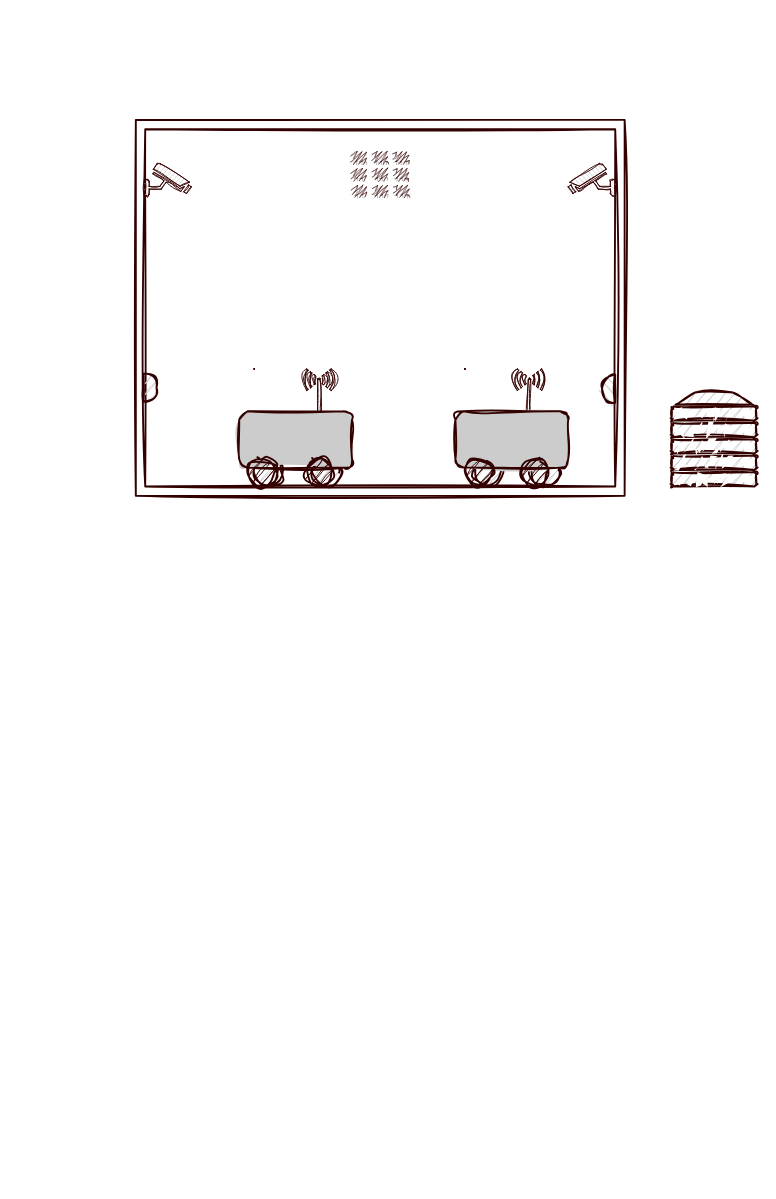
This is Unbenanntes Diagramm.drawio from dfkirauber/dfkirauber, a draw.io file, before an edit. Source tidied: cells renumbered, new cells numbered last; positions are measured from the earlier drawing's top-left corner, leaving out a move shared by most shapes. Both pictures are drawn from the tidied source at 94%, with x=0, y=0 at pixel (135, 119).
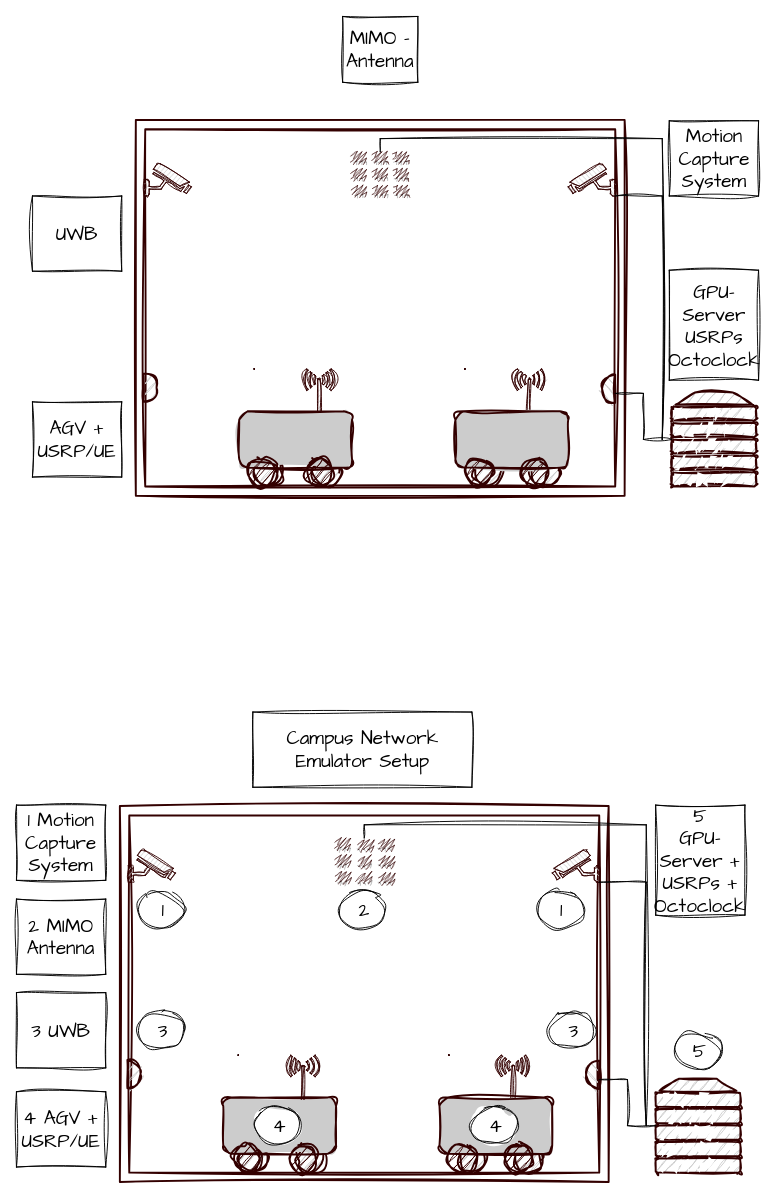
The same diagram, later.

Unchanged cells that the change refers to:
```xml
<mxCell id="15" style="fontColor=#0066CC;verticalAlign=top;verticalLabelPosition=bottom;labelPosition=center;align=center;html=1;outlineConnect=0;fillColor=#CCCCCC;strokeColor=#330000;gradientColor=none;gradientDirection=north;strokeWidth=2;shape=mxgraph.networks.security_camera;flipV=0;flipH=1;sketch=1;curveFitting=1;jiggle=2;perimeterSpacing=0;" parent="1" vertex="1">
  <mxGeometry x="460" y="46" width="50" height="35" as="geometry" />
</mxCell>
<mxCell id="19" style="fontColor=#0066CC;verticalAlign=top;verticalLabelPosition=bottom;labelPosition=center;align=center;html=1;outlineConnect=0;fillColor=#CCCCCC;strokeColor=#330000;gradientColor=none;gradientDirection=north;strokeWidth=2;shape=mxgraph.networks.server;sketch=1;curveFitting=1;jiggle=2;perimeterSpacing=0;" parent="1" vertex="1">
  <mxGeometry x="570" y="290" width="90" height="100" as="geometry" />
</mxCell>
<mxCell id="20" style="outlineConnect=0;dashed=0;verticalLabelPosition=bottom;verticalAlign=top;align=center;html=1;shape=mxgraph.aws3.instances_2;fillColor=#330000;gradientColor=none;sketch=1;curveFitting=1;jiggle=2;strokeWidth=1;fillStyle=zigzag;" parent="1" vertex="1">
  <mxGeometry x="230" y="34" width="60" height="47" as="geometry" />
</mxCell>
```

Diff of the diagram source:
```diff
@@
+    <mxCell id="21" value="MIMO - Antenna" style="text;html=1;strokeColor=default;fillColor=none;align=center;verticalAlign=middle;whiteSpace=wrap;rounded=0;fontSize=20;fontFamily=Architects Daughter;sketch=1;curveFitting=1;jiggle=2;" parent="1" vertex="1">
+      <mxGeometry x="220" y="-110" width="80" height="70" as="geometry" />
+    </mxCell>
+    <mxCell id="22" value="Motion Capture System" style="text;html=1;strokeColor=default;fillColor=none;align=center;verticalAlign=middle;whiteSpace=wrap;rounded=0;fontSize=20;fontFamily=Architects Daughter;sketch=1;curveFitting=1;jiggle=2;" parent="1" vertex="1">
+      <mxGeometry x="567.5" y="1" width="95" height="80" as="geometry" />
+    </mxCell>
+    <mxCell id="23" value="&lt;div&gt;GPU-Server&lt;/div&gt;&lt;div&gt;USRPs&lt;/div&gt;&lt;div&gt;Octoclock&lt;br&gt;&lt;/div&gt;" style="text;html=1;strokeColor=default;fillColor=none;align=center;verticalAlign=middle;whiteSpace=wrap;rounded=0;fontSize=20;fontFamily=Architects Daughter;sketch=1;curveFitting=1;jiggle=2;" parent="1" vertex="1">
+      <mxGeometry x="567.5" y="160" width="95" height="117" as="geometry" />
+    </mxCell>
+    <mxCell id="24" value="UWB" style="text;html=1;strokeColor=default;fillColor=none;align=center;verticalAlign=middle;whiteSpace=wrap;rounded=0;fontSize=20;fontFamily=Architects Daughter;sketch=1;curveFitting=1;jiggle=2;" parent="1" vertex="1">
+      <mxGeometry x="-110" y="81" width="95" height="80" as="geometry" />
+    </mxCell>
+    <mxCell id="25" value="AGV + USRP/UE" style="text;html=1;strokeColor=default;fillColor=none;align=center;verticalAlign=middle;whiteSpace=wrap;rounded=0;fontSize=20;fontFamily=Architects Daughter;sketch=1;curveFitting=1;jiggle=2;" parent="1" vertex="1">
+      <mxGeometry x="-110" y="300" width="95" height="80" as="geometry" />
+    </mxCell>
+    <mxCell id="26" style="endArrow=none;html=1;rounded=0;sketch=1;hachureGap=4;jiggle=2;curveFitting=1;fontFamily=Architects Daughter;fontSize=16;entryX=0;entryY=1;entryDx=0;entryDy=0;entryPerimeter=0;" parent="1" edge="1" target="15">
+      <mxGeometry relative="1" as="geometry">
+        <mxPoint x="560" y="340" as="sourcePoint" />
+        <Array as="points">
+          <mxPoint x="560" y="81" />
+        </Array>
+      </mxGeometry>
+    </mxCell>
+    <mxCell id="27" style="endArrow=none;html=1;rounded=0;sketch=1;hachureGap=4;jiggle=2;curveFitting=1;fontFamily=Architects Daughter;fontSize=16;entryX=0;entryY=1;entryDx=0;entryDy=0;entryPerimeter=0;exitX=0;exitY=0.5;exitDx=0;exitDy=0;exitPerimeter=0;" parent="1" edge="1" source="19">
+      <mxGeometry relative="1" as="geometry">
+        <mxPoint x="510" y="291" as="targetPoint" />
+        <Array as="points">
+          <mxPoint x="540" y="340" />
+          <mxPoint x="540" y="291" />
+        </Array>
+      </mxGeometry>
+    </mxCell>
+    <mxCell id="28" style="endArrow=none;html=1;hachureGap=4;fontFamily=Architects Daughter;fontSize=16;exitX=0.5;exitY=0;exitDx=0;exitDy=0;exitPerimeter=0;sketch=1;curveFitting=1;jiggle=2;strokeWidth=1;rounded=0;" parent="1" edge="1" source="20">
+      <mxGeometry relative="1" as="geometry">
+        <mxPoint x="560" y="20" as="targetPoint" />
+        <Array as="points">
+          <mxPoint x="260" y="20" />
+        </Array>
+      </mxGeometry>
+    </mxCell>
+    <mxCell id="29" style="endArrow=none;html=1;rounded=0;sketch=1;hachureGap=4;jiggle=2;curveFitting=1;fontFamily=Architects Daughter;fontSize=16;" parent="1" edge="1">
+      <mxGeometry relative="1" as="geometry">
+        <mxPoint x="560" y="340" as="sourcePoint" />
+        <mxPoint x="560" y="20" as="targetPoint" />
+      </mxGeometry>
+    </mxCell>
+    <mxCell id="30" style="verticalLabelPosition=bottom;verticalAlign=top;html=1;shape=mxgraph.basic.frame;dx=10;whiteSpace=wrap;strokeColor=#330000;fillColor=#FFFFFF;sketch=1;curveFitting=1;jiggle=2;perimeterSpacing=0;strokeWidth=2;" parent="1" vertex="1">
+      <mxGeometry x="-17" y="730" width="520" height="400" as="geometry" />
+    </mxCell>
+    <mxCell id="31" style="ellipse;whiteSpace=wrap;html=1;strokeColor=#330000;fillColor=#CCCCCC;sketch=1;curveFitting=1;jiggle=2;perimeterSpacing=0;strokeWidth=2;" parent="1" vertex="1">
+      <mxGeometry x="403" y="1090" width="30" height="30" as="geometry" />
+    </mxCell>
+    <mxCell id="32" style="ellipse;whiteSpace=wrap;html=1;strokeColor=#330000;fillColor=#CCCCCC;sketch=1;curveFitting=1;jiggle=2;perimeterSpacing=0;strokeWidth=2;" parent="1" vertex="1">
+      <mxGeometry x="343" y="1090" width="30" height="30" as="geometry" />
+    </mxCell>
+    <mxCell id="33" style="fontColor=#0066CC;verticalAlign=top;verticalLabelPosition=bottom;labelPosition=center;align=center;html=1;fillColor=#CCCCCC;strokeColor=#330000;gradientColor=none;gradientDirection=north;strokeWidth=1;shape=mxgraph.networks.wireless_modem;sketch=1;curveFitting=1;jiggle=2;perimeterSpacing=0;" parent="1" vertex="1">
+      <mxGeometry x="333" y="995" width="100" height="85" as="geometry" />
+    </mxCell>
+    <mxCell id="34" style="rounded=1;whiteSpace=wrap;html=1;gradientColor=none;fillColor=#CCCCCC;shadow=0;glass=0;fillStyle=solid;strokeColor=#330000;sketch=1;curveFitting=1;jiggle=2;perimeterSpacing=0;strokeWidth=2;" parent="1" vertex="1">
+      <mxGeometry x="323" y="1040" width="120" height="60" as="geometry" />
+    </mxCell>
+    <mxCell id="35" style="ellipse;whiteSpace=wrap;html=1;strokeColor=#330000;fillColor=#330000;sketch=1;curveFitting=1;jiggle=2;perimeterSpacing=0;strokeWidth=2;" parent="1" vertex="1">
+      <mxGeometry x="333" y="1090" width="30" height="30" as="geometry" />
+    </mxCell>
+    <mxCell id="36" style="ellipse;whiteSpace=wrap;html=1;strokeColor=#330000;fillColor=#330000;sketch=1;curveFitting=1;jiggle=2;perimeterSpacing=0;strokeWidth=2;" parent="1" vertex="1">
+      <mxGeometry x="393" y="1090" width="30" height="30" as="geometry" />
+    </mxCell>
+    <mxCell id="37" style="ellipse;whiteSpace=wrap;html=1;strokeColor=#330000;fillColor=#CCCCCC;sketch=1;curveFitting=1;jiggle=2;perimeterSpacing=0;strokeWidth=2;" parent="1" vertex="1">
+      <mxGeometry x="171" y="1090" width="30" height="30" as="geometry" />
+    </mxCell>
+    <mxCell id="38" style="ellipse;whiteSpace=wrap;html=1;strokeColor=#330000;fillColor=#CCCCCC;sketch=1;curveFitting=1;jiggle=2;perimeterSpacing=0;strokeWidth=2;" parent="1" vertex="1">
+      <mxGeometry x="109" y="1090" width="30" height="30" as="geometry" />
+    </mxCell>
+    <mxCell id="39" style="fontColor=#0066CC;verticalAlign=top;verticalLabelPosition=bottom;labelPosition=center;align=center;html=1;fillColor=#CCCCCC;strokeColor=#330000;gradientColor=none;gradientDirection=north;strokeWidth=1;shape=mxgraph.networks.wireless_modem;sketch=1;curveFitting=1;jiggle=2;perimeterSpacing=0;" parent="1" vertex="1">
+      <mxGeometry x="109" y="995" width="100" height="85" as="geometry" />
+    </mxCell>
+    <mxCell id="40" style="rounded=1;whiteSpace=wrap;html=1;gradientColor=none;fillColor=#CCCCCC;shadow=0;glass=0;fillStyle=solid;strokeColor=#330000;sketch=1;curveFitting=1;jiggle=2;perimeterSpacing=0;strokeWidth=2;" parent="1" vertex="1">
+      <mxGeometry x="93" y="1040" width="120" height="60" as="geometry" />
+    </mxCell>
+    <mxCell id="41" style="ellipse;whiteSpace=wrap;html=1;strokeColor=#330000;fillColor=#330000;sketch=1;curveFitting=1;jiggle=2;perimeterSpacing=0;strokeWidth=2;" parent="1" vertex="1">
+      <mxGeometry x="103" y="1090" width="30" height="30" as="geometry" />
+    </mxCell>
+    <mxCell id="42" style="ellipse;whiteSpace=wrap;html=1;strokeColor=#330000;fillColor=#330000;sketch=1;curveFitting=1;jiggle=2;perimeterSpacing=0;strokeWidth=2;" parent="1" vertex="1">
+      <mxGeometry x="163" y="1090" width="30" height="30" as="geometry" />
+    </mxCell>
+    <mxCell id="43" style="fontColor=#0066CC;verticalAlign=top;verticalLabelPosition=bottom;labelPosition=center;align=center;html=1;outlineConnect=0;fillColor=#CCCCCC;strokeColor=#330000;gradientColor=none;gradientDirection=north;strokeWidth=2;shape=mxgraph.networks.security_camera;flipV=0;flipH=1;sketch=1;curveFitting=1;jiggle=2;perimeterSpacing=0;" parent="1" vertex="1">
+      <mxGeometry x="443" y="776" width="50" height="35" as="geometry" />
+    </mxCell>
+    <mxCell id="44" style="shape=or;whiteSpace=wrap;html=1;strokeColor=#330000;fillColor=#CCCCCC;sketch=1;curveFitting=1;jiggle=2;perimeterSpacing=0;strokeWidth=2;" parent="1" vertex="1">
+      <mxGeometry x="-9" y="1000" width="14" height="30" as="geometry" />
+    </mxCell>
+    <mxCell id="45" style="fontColor=#0066CC;verticalAlign=top;verticalLabelPosition=bottom;labelPosition=center;align=center;html=1;fillColor=#CCCCCC;strokeColor=#330000;gradientColor=none;gradientDirection=north;strokeWidth=2;shape=mxgraph.networks.security_camera;sketch=1;curveFitting=1;jiggle=2;perimeterSpacing=0;" parent="1" vertex="1">
+      <mxGeometry x="-8" y="776" width="50" height="35" as="geometry" />
+    </mxCell>
+    <mxCell id="46" style="shape=or;whiteSpace=wrap;html=1;flipH=1;strokeColor=#330000;fillColor=#CCCCCC;sketch=1;curveFitting=1;jiggle=2;perimeterSpacing=0;strokeWidth=2;" parent="1" vertex="1">
+      <mxGeometry x="479" y="1001" width="14" height="30" as="geometry" />
+    </mxCell>
+    <mxCell id="47" style="fontColor=#0066CC;verticalAlign=top;verticalLabelPosition=bottom;labelPosition=center;align=center;html=1;outlineConnect=0;fillColor=#CCCCCC;strokeColor=#330000;gradientColor=none;gradientDirection=north;strokeWidth=2;shape=mxgraph.networks.server;sketch=1;curveFitting=1;jiggle=2;perimeterSpacing=0;" parent="1" vertex="1">
+      <mxGeometry x="553" y="1020" width="90" height="100" as="geometry" />
+    </mxCell>
+    <mxCell id="48" style="outlineConnect=0;dashed=0;verticalLabelPosition=bottom;verticalAlign=top;align=center;html=1;shape=mxgraph.aws3.instances_2;fillColor=#330000;gradientColor=none;sketch=1;curveFitting=1;jiggle=2;strokeWidth=1;fillStyle=zigzag;" parent="1" vertex="1">
+      <mxGeometry x="213" y="764" width="60" height="47" as="geometry" />
+    </mxCell>
+    <mxCell id="49" value="5 &lt;br&gt;&lt;div&gt;GPU-Server +&lt;br&gt;&lt;/div&gt;&lt;div&gt;USRPs +&lt;br&gt;&lt;/div&gt;&lt;div&gt;Octoclock&lt;br&gt;&lt;/div&gt;" style="text;html=1;strokeColor=default;fillColor=none;align=center;verticalAlign=middle;whiteSpace=wrap;rounded=0;fontSize=20;fontFamily=Architects Daughter;sketch=1;curveFitting=1;jiggle=2;" parent="1" vertex="1">
+      <mxGeometry x="553" y="729" width="95" height="117" as="geometry" />
+    </mxCell>
+    <mxCell id="50" value="4 AGV + USRP/UE" style="text;html=1;strokeColor=default;fillColor=none;align=center;verticalAlign=middle;whiteSpace=wrap;rounded=0;fontSize=20;fontFamily=Architects Daughter;sketch=1;curveFitting=1;jiggle=2;" parent="1" vertex="1">
+      <mxGeometry x="-127" y="1034" width="95" height="80" as="geometry" />
+    </mxCell>
+    <mxCell id="51" style="endArrow=none;html=1;rounded=0;sketch=1;hachureGap=4;jiggle=2;curveFitting=1;fontFamily=Architects Daughter;fontSize=16;entryX=0;entryY=1;entryDx=0;entryDy=0;entryPerimeter=0;" parent="1" edge="1" target="43">
+      <mxGeometry relative="1" as="geometry">
+        <mxPoint x="543" y="1070" as="sourcePoint" />
+        <Array as="points">
+          <mxPoint x="543" y="811" />
+        </Array>
+      </mxGeometry>
+    </mxCell>
+    <mxCell id="52" style="endArrow=none;html=1;rounded=0;sketch=1;hachureGap=4;jiggle=2;curveFitting=1;fontFamily=Architects Daughter;fontSize=16;entryX=0;entryY=1;entryDx=0;entryDy=0;entryPerimeter=0;exitX=0;exitY=0.5;exitDx=0;exitDy=0;exitPerimeter=0;" parent="1" edge="1" source="47">
+      <mxGeometry relative="1" as="geometry">
+        <mxPoint x="493" y="1021" as="targetPoint" />
+        <Array as="points">
+          <mxPoint x="523" y="1070" />
+          <mxPoint x="523" y="1021" />
+        </Array>
+      </mxGeometry>
+    </mxCell>
+    <mxCell id="53" style="endArrow=none;html=1;hachureGap=4;fontFamily=Architects Daughter;fontSize=16;exitX=0.5;exitY=0;exitDx=0;exitDy=0;exitPerimeter=0;sketch=1;curveFitting=1;jiggle=2;strokeWidth=1;rounded=0;" parent="1" edge="1" source="48">
+      <mxGeometry relative="1" as="geometry">
+        <mxPoint x="543" y="750" as="targetPoint" />
+        <Array as="points">
+          <mxPoint x="243" y="750" />
+        </Array>
+      </mxGeometry>
+    </mxCell>
+    <mxCell id="54" style="endArrow=none;html=1;rounded=0;sketch=1;hachureGap=4;jiggle=2;curveFitting=1;fontFamily=Architects Daughter;fontSize=16;" parent="1" edge="1">
+      <mxGeometry relative="1" as="geometry">
+        <mxPoint x="543" y="1070" as="sourcePoint" />
+        <mxPoint x="543" y="750" as="targetPoint" />
+      </mxGeometry>
+    </mxCell>
+    <mxCell id="55" style="ellipse;whiteSpace=wrap;html=1;sketch=1;hachureGap=4;jiggle=2;curveFitting=1;fontFamily=Architects Daughter;fontSize=20;" parent="1" vertex="1">
+      <mxGeometry x="2" y="820" width="50" height="40" as="geometry" />
+    </mxCell>
+    <mxCell id="56" value="1" style="text;html=1;strokeColor=none;fillColor=none;align=center;verticalAlign=middle;whiteSpace=wrap;rounded=0;fontSize=20;fontFamily=Architects Daughter;" parent="1" vertex="1">
+      <mxGeometry x="-1" y="825" width="60" height="30" as="geometry" />
+    </mxCell>
+    <mxCell id="57" style="ellipse;whiteSpace=wrap;html=1;sketch=1;hachureGap=4;jiggle=2;curveFitting=1;fontFamily=Architects Daughter;fontSize=20;" parent="1" vertex="1">
+      <mxGeometry x="216" y="820" width="50" height="40" as="geometry" />
+    </mxCell>
+    <mxCell id="58" value="2" style="text;html=1;strokeColor=none;fillColor=none;align=center;verticalAlign=middle;whiteSpace=wrap;rounded=0;fontSize=20;fontFamily=Architects Daughter;" parent="1" vertex="1">
+      <mxGeometry x="213" y="825" width="60" height="30" as="geometry" />
+    </mxCell>
+    <mxCell id="59" style="ellipse;whiteSpace=wrap;html=1;sketch=1;hachureGap=4;jiggle=2;curveFitting=1;fontFamily=Architects Daughter;fontSize=20;" parent="1" vertex="1">
+      <mxGeometry x="2" y="948.5" width="50" height="40" as="geometry" />
+    </mxCell>
+    <mxCell id="60" value="3" style="text;html=1;strokeColor=none;fillColor=none;align=center;verticalAlign=middle;whiteSpace=wrap;rounded=0;fontSize=20;fontFamily=Architects Daughter;" parent="1" vertex="1">
+      <mxGeometry x="-1" y="953.5" width="60" height="30" as="geometry" />
+    </mxCell>
+    <mxCell id="61" style="ellipse;whiteSpace=wrap;html=1;sketch=1;hachureGap=4;jiggle=2;curveFitting=1;fontFamily=Architects Daughter;fontSize=20;" parent="1" vertex="1">
+      <mxGeometry x="126" y="1050" width="50" height="40" as="geometry" />
+    </mxCell>
+    <mxCell id="62" value="4" style="text;html=1;strokeColor=none;fillColor=none;align=center;verticalAlign=middle;whiteSpace=wrap;rounded=0;fontSize=20;fontFamily=Architects Daughter;" parent="1" vertex="1">
+      <mxGeometry x="123" y="1055" width="60" height="30" as="geometry" />
+    </mxCell>
+    <mxCell id="63" style="ellipse;whiteSpace=wrap;html=1;sketch=1;hachureGap=4;jiggle=2;curveFitting=1;fontFamily=Architects Daughter;fontSize=20;" parent="1" vertex="1">
+      <mxGeometry x="356" y="1050" width="50" height="40" as="geometry" />
+    </mxCell>
+    <mxCell id="64" value="4" style="text;html=1;strokeColor=none;fillColor=none;align=center;verticalAlign=middle;whiteSpace=wrap;rounded=0;fontSize=20;fontFamily=Architects Daughter;" parent="1" vertex="1">
+      <mxGeometry x="353" y="1055" width="60" height="30" as="geometry" />
+    </mxCell>
+    <mxCell id="65" style="ellipse;whiteSpace=wrap;html=1;sketch=1;hachureGap=4;jiggle=2;curveFitting=1;fontFamily=Architects Daughter;fontSize=20;" parent="1" vertex="1">
+      <mxGeometry x="426" y="820" width="50" height="40" as="geometry" />
+    </mxCell>
+    <mxCell id="66" value="1" style="text;html=1;strokeColor=none;fillColor=none;align=center;verticalAlign=middle;whiteSpace=wrap;rounded=0;fontSize=20;fontFamily=Architects Daughter;" parent="1" vertex="1">
+      <mxGeometry x="423" y="825" width="60" height="30" as="geometry" />
+    </mxCell>
+    <mxCell id="67" style="ellipse;whiteSpace=wrap;html=1;sketch=1;hachureGap=4;jiggle=2;curveFitting=1;fontFamily=Architects Daughter;fontSize=20;" parent="1" vertex="1">
+      <mxGeometry x="439" y="948.5" width="50" height="40" as="geometry" />
+    </mxCell>
+    <mxCell id="68" value="3" style="text;html=1;strokeColor=none;fillColor=none;align=center;verticalAlign=middle;whiteSpace=wrap;rounded=0;fontSize=20;fontFamily=Architects Daughter;" parent="1" vertex="1">
+      <mxGeometry x="436" y="953.5" width="60" height="30" as="geometry" />
+    </mxCell>
+    <mxCell id="69" style="ellipse;whiteSpace=wrap;html=1;sketch=1;hachureGap=4;jiggle=2;curveFitting=1;fontFamily=Architects Daughter;fontSize=20;" parent="1" vertex="1">
+      <mxGeometry x="573" y="970" width="50" height="40" as="geometry" />
+    </mxCell>
+    <mxCell id="70" value="5" style="text;html=1;strokeColor=none;fillColor=none;align=center;verticalAlign=middle;whiteSpace=wrap;rounded=0;fontSize=20;fontFamily=Architects Daughter;" parent="1" vertex="1">
+      <mxGeometry x="570" y="975" width="60" height="30" as="geometry" />
+    </mxCell>
+    <mxCell id="71" value="1 Motion Capture System" style="text;html=1;strokeColor=default;fillColor=none;align=center;verticalAlign=middle;whiteSpace=wrap;rounded=0;fontSize=20;fontFamily=Architects Daughter;sketch=1;curveFitting=1;jiggle=2;" parent="1" vertex="1">
+      <mxGeometry x="-127" y="729" width="95" height="80" as="geometry" />
+    </mxCell>
+    <mxCell id="72" value="2 MIMO Antenna" style="text;html=1;strokeColor=default;fillColor=none;align=center;verticalAlign=middle;whiteSpace=wrap;rounded=0;fontSize=20;fontFamily=Architects Daughter;sketch=1;curveFitting=1;jiggle=2;" parent="1" vertex="1">
+      <mxGeometry x="-127" y="829" width="95" height="80" as="geometry" />
+    </mxCell>
+    <mxCell id="73" value="3 UWB" style="text;html=1;strokeColor=default;fillColor=none;align=center;verticalAlign=middle;whiteSpace=wrap;rounded=0;fontSize=20;fontFamily=Architects Daughter;sketch=1;curveFitting=1;jiggle=2;" parent="1" vertex="1">
+      <mxGeometry x="-127" y="928.5" width="95" height="80" as="geometry" />
+    </mxCell>
+    <mxCell id="74" value="Campus Network Emulator Setup" style="text;html=1;strokeColor=default;fillColor=none;align=center;verticalAlign=middle;whiteSpace=wrap;rounded=0;fontSize=20;fontFamily=Architects Daughter;sketch=1;curveFitting=1;jiggle=2;" parent="1" vertex="1">
+      <mxGeometry x="124.5" y="630" width="233" height="80" as="geometry" />
+    </mxCell>
```
